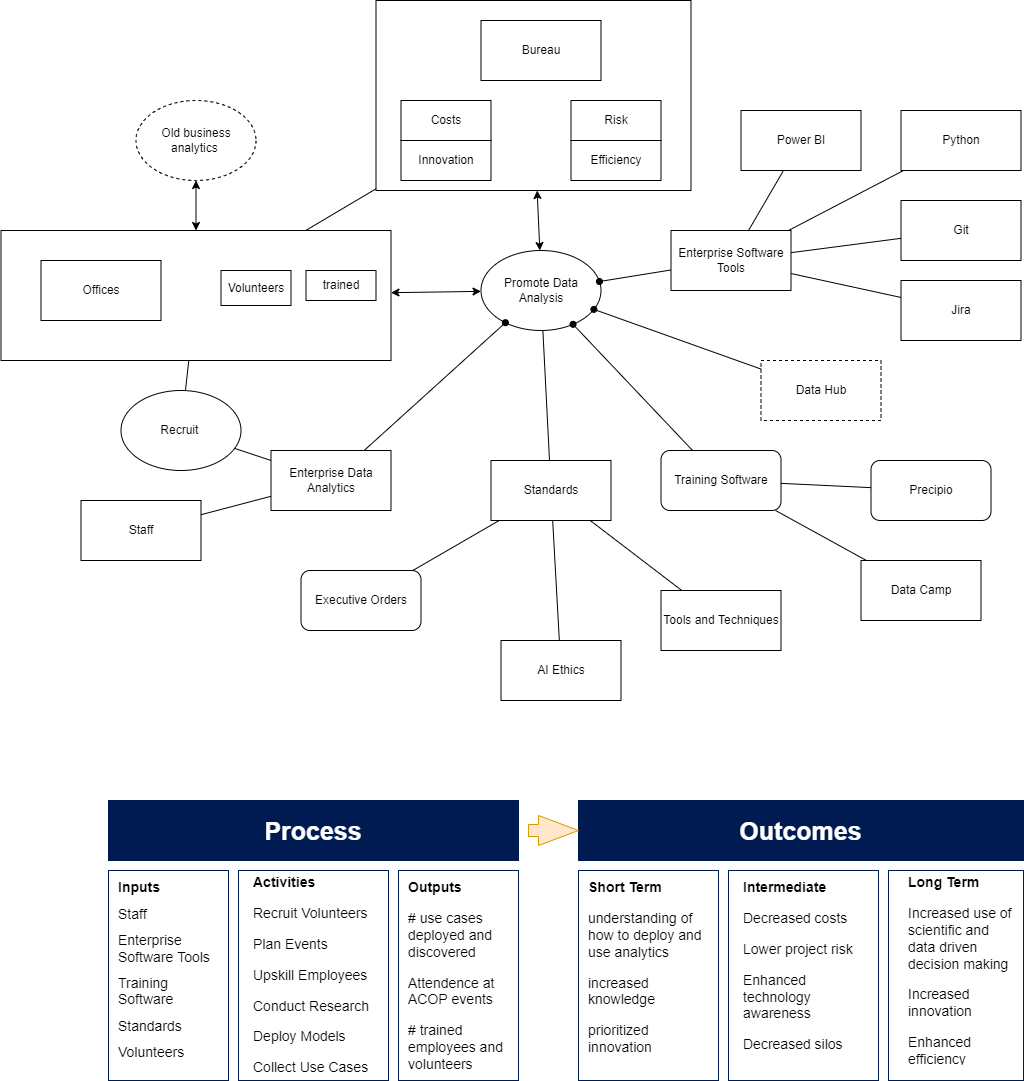
Earlier version of the draw.io export visuals/logic_models.png (skeller01/data_projects_course). Source tidied: cells renumbered, new cells last; positions are measured from the earlier drawing's top-left corner, leaving out a move shared by most shapes.
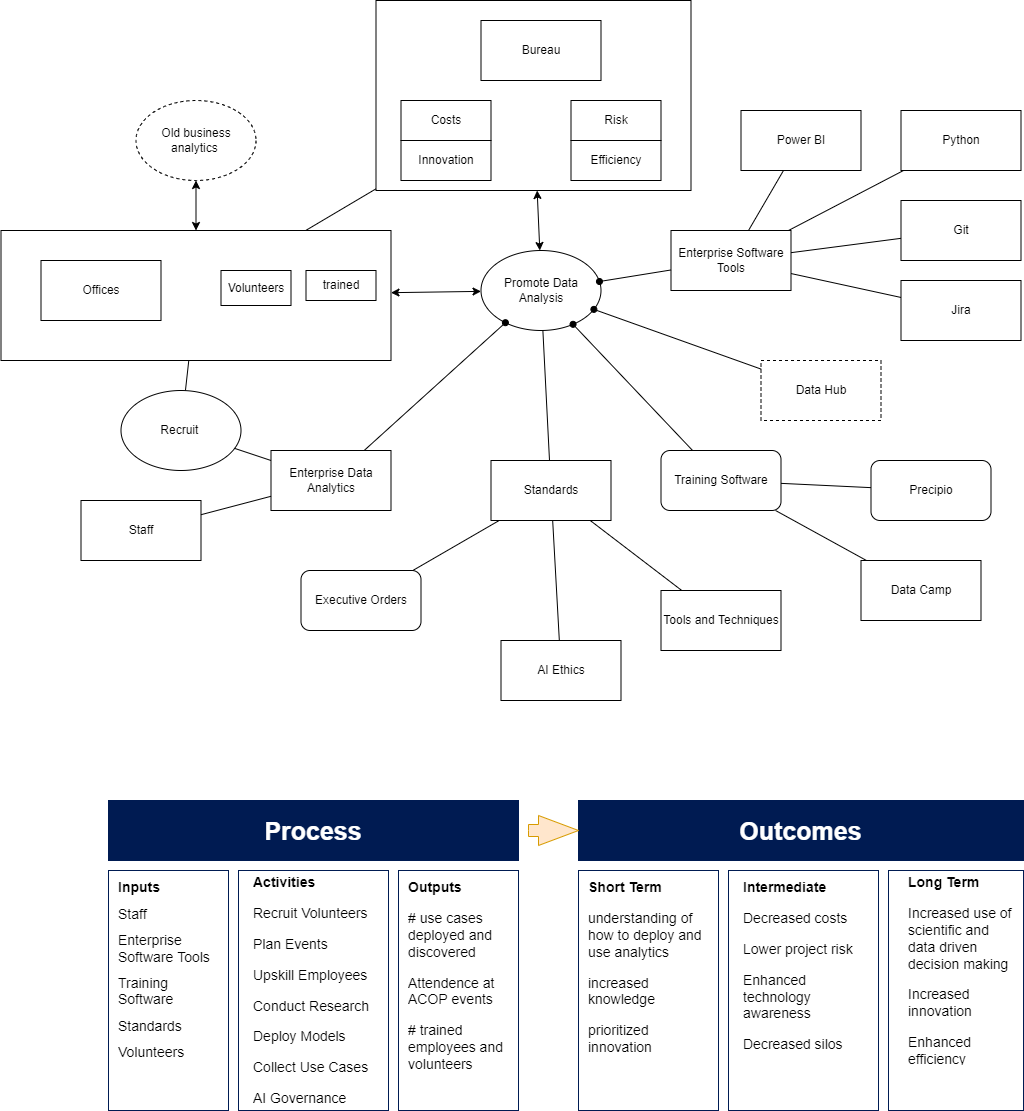
The same file after the commit.

Commit message:
update the logic model

The edit, as a diff of the source:
```diff
@@ -156,37 +156,37 @@
       <mxGeometry x="578" y="800" width="445" height="60" as="geometry" />
     </mxCell>
     <mxCell id="53" style="rounded=0;whiteSpace=wrap;html=1;strokeColor=#001B52;fontSize=25;fontColor=#FFFFFF;fillColor=#FFFFFF;" parent="1" vertex="1">
-      <mxGeometry x="108" y="870" width="120" height="210" as="geometry" />
+      <mxGeometry x="108" y="870" width="120" height="240" as="geometry" />
     </mxCell>
     <mxCell id="54" value="&lt;h1 style=&quot;font-size: 14px;&quot;&gt;&lt;span style=&quot;color: rgb(0, 0, 0); background-color: initial;&quot;&gt;Inputs&lt;/span&gt;&lt;/h1&gt;&lt;h1 style=&quot;font-size: 14px;&quot;&gt;&lt;span style=&quot;color: rgb(0, 0, 0); background-color: initial; font-weight: normal;&quot;&gt;Staff&amp;nbsp;&lt;/span&gt;&lt;/h1&gt;&lt;h1 style=&quot;font-size: 14px;&quot;&gt;&lt;span style=&quot;color: rgb(0, 0, 0); background-color: initial; font-weight: normal;&quot;&gt;Enterprise Software Tools&amp;nbsp;&lt;/span&gt;&lt;/h1&gt;&lt;h1 style=&quot;font-size: 14px;&quot;&gt;&lt;span style=&quot;color: rgb(0, 0, 0); background-color: initial; font-weight: normal;&quot;&gt;Training Software&amp;nbsp;&lt;/span&gt;&lt;/h1&gt;&lt;h1 style=&quot;font-size: 14px;&quot;&gt;&lt;span style=&quot;color: rgb(0, 0, 0); background-color: initial; font-weight: normal;&quot;&gt;Standards&amp;nbsp;&lt;/span&gt;&lt;/h1&gt;&lt;h1 style=&quot;font-size: 14px;&quot;&gt;&lt;span style=&quot;color: rgb(0, 0, 0); background-color: initial; font-weight: normal;&quot;&gt;Volunteers&lt;/span&gt;&lt;/h1&gt;" style="text;html=1;strokeColor=none;fillColor=none;spacing=5;spacingTop=-20;whiteSpace=wrap;overflow=hidden;rounded=0;fontSize=25;fontColor=#FFFFFF;" parent="1" vertex="1">
       <mxGeometry x="113" y="880" width="105" height="190" as="geometry" />
     </mxCell>
     <mxCell id="55" style="rounded=0;whiteSpace=wrap;html=1;strokeColor=#001B52;fontSize=25;fontColor=#FFFFFF;fillColor=#FFFFFF;" parent="1" vertex="1">
-      <mxGeometry x="238" y="870" width="150" height="210" as="geometry" />
+      <mxGeometry x="238" y="870" width="150" height="240" as="geometry" />
     </mxCell>
-    <mxCell id="56" value="&lt;h1 style=&quot;font-size: 14px;&quot;&gt;&lt;font style=&quot;font-size: 14px;&quot; color=&quot;#000000&quot;&gt;Activities&lt;/font&gt;&lt;/h1&gt;&lt;p style=&quot;font-size: 14px;&quot;&gt;&lt;font style=&quot;font-size: 14px;&quot; color=&quot;#000000&quot;&gt;Recruit Volunteers&amp;nbsp;&lt;/font&gt;&lt;/p&gt;&lt;p style=&quot;font-size: 14px;&quot;&gt;&lt;font style=&quot;font-size: 14px;&quot; color=&quot;#000000&quot;&gt;Plan Events&amp;nbsp;&lt;/font&gt;&lt;/p&gt;&lt;p style=&quot;font-size: 14px;&quot;&gt;&lt;font style=&quot;font-size: 14px;&quot; color=&quot;#000000&quot;&gt;Upskill Employees&amp;nbsp;&lt;/font&gt;&lt;/p&gt;&lt;p style=&quot;font-size: 14px;&quot;&gt;&lt;font style=&quot;font-size: 14px;&quot; color=&quot;#000000&quot;&gt;Conduct Research&amp;nbsp;&lt;/font&gt;&lt;/p&gt;&lt;p style=&quot;font-size: 14px;&quot;&gt;&lt;font style=&quot;font-size: 14px;&quot; color=&quot;#000000&quot;&gt;Deploy Models&amp;nbsp;&lt;/font&gt;&lt;/p&gt;&lt;p style=&quot;font-size: 14px;&quot;&gt;&lt;font color=&quot;#000000&quot;&gt;Collect Use Cases&lt;/font&gt;&lt;/p&gt;" style="text;html=1;strokeColor=none;fillColor=none;spacing=5;spacingTop=-20;whiteSpace=wrap;overflow=hidden;rounded=0;fontSize=25;fontColor=#FFFFFF;" parent="1" vertex="1">
-      <mxGeometry x="248" y="875" width="130" height="200" as="geometry" />
+    <mxCell id="56" value="&lt;h1 style=&quot;font-size: 14px;&quot;&gt;&lt;font style=&quot;font-size: 14px;&quot; color=&quot;#000000&quot;&gt;Activities&lt;/font&gt;&lt;/h1&gt;&lt;p style=&quot;font-size: 14px;&quot;&gt;&lt;font style=&quot;font-size: 14px;&quot; color=&quot;#000000&quot;&gt;Recruit Volunteers&amp;nbsp;&lt;/font&gt;&lt;/p&gt;&lt;p style=&quot;font-size: 14px;&quot;&gt;&lt;font style=&quot;font-size: 14px;&quot; color=&quot;#000000&quot;&gt;Plan Events&amp;nbsp;&lt;/font&gt;&lt;/p&gt;&lt;p style=&quot;font-size: 14px;&quot;&gt;&lt;font style=&quot;font-size: 14px;&quot; color=&quot;#000000&quot;&gt;Upskill Employees&amp;nbsp;&lt;/font&gt;&lt;/p&gt;&lt;p style=&quot;font-size: 14px;&quot;&gt;&lt;font style=&quot;font-size: 14px;&quot; color=&quot;#000000&quot;&gt;Conduct Research&amp;nbsp;&lt;/font&gt;&lt;/p&gt;&lt;p style=&quot;font-size: 14px;&quot;&gt;&lt;font style=&quot;font-size: 14px;&quot; color=&quot;#000000&quot;&gt;Deploy Models&amp;nbsp;&lt;/font&gt;&lt;/p&gt;&lt;p style=&quot;font-size: 14px;&quot;&gt;&lt;font color=&quot;#000000&quot;&gt;Collect Use Cases&lt;/font&gt;&lt;/p&gt;&lt;p style=&quot;font-size: 14px;&quot;&gt;&lt;font color=&quot;#000000&quot;&gt;AI Governance&amp;nbsp;&lt;/font&gt;&lt;/p&gt;" style="text;html=1;strokeColor=none;fillColor=none;spacing=5;spacingTop=-20;whiteSpace=wrap;overflow=hidden;rounded=0;fontSize=25;fontColor=#FFFFFF;" parent="1" vertex="1">
+      <mxGeometry x="248" y="875" width="130" height="235" as="geometry" />
     </mxCell>
     <mxCell id="57" style="rounded=0;whiteSpace=wrap;html=1;strokeColor=#001B52;fontSize=25;fontColor=#FFFFFF;fillColor=#FFFFFF;" parent="1" vertex="1">
-      <mxGeometry x="398" y="870" width="120" height="210" as="geometry" />
+      <mxGeometry x="398" y="870" width="120" height="240" as="geometry" />
     </mxCell>
     <mxCell id="58" value="&lt;h1 style=&quot;font-size: 14px;&quot;&gt;&lt;font style=&quot;font-size: 14px;&quot; color=&quot;#000000&quot;&gt;Outputs&lt;/font&gt;&lt;/h1&gt;&lt;p style=&quot;font-size: 14px;&quot;&gt;&lt;font style=&quot;font-size: 14px;&quot; color=&quot;#000000&quot;&gt;# use cases deployed and discovered&lt;/font&gt;&lt;/p&gt;&lt;p style=&quot;font-size: 14px;&quot;&gt;&lt;font style=&quot;font-size: 14px;&quot; color=&quot;#000000&quot;&gt;Attendence at ACOP events&amp;nbsp;&lt;/font&gt;&lt;/p&gt;&lt;p style=&quot;font-size: 14px;&quot;&gt;&lt;font style=&quot;font-size: 14px;&quot; color=&quot;#000000&quot;&gt;# trained&amp;nbsp; employees and volunteers&lt;/font&gt;&lt;/p&gt;" style="text;html=1;strokeColor=none;fillColor=none;spacing=5;spacingTop=-20;whiteSpace=wrap;overflow=hidden;rounded=0;fontSize=25;fontColor=#FFFFFF;" parent="1" vertex="1">
       <mxGeometry x="403" y="880" width="105" height="190" as="geometry" />
     </mxCell>
     <mxCell id="59" style="rounded=0;whiteSpace=wrap;html=1;strokeColor=#001B52;fontSize=25;fontColor=#FFFFFF;fillColor=#FFFFFF;" parent="1" vertex="1">
-      <mxGeometry x="578" y="870" width="140" height="210" as="geometry" />
+      <mxGeometry x="578" y="870" width="140" height="240" as="geometry" />
     </mxCell>
     <mxCell id="60" value="&lt;h1 style=&quot;font-size: 14px;&quot;&gt;&lt;font style=&quot;font-size: 14px;&quot; color=&quot;#000000&quot;&gt;Short Term&lt;/font&gt;&lt;/h1&gt;&lt;p style=&quot;font-size: 14px;&quot;&gt;&lt;font style=&quot;font-size: 14px;&quot; color=&quot;#000000&quot;&gt;understanding of how to deploy and use analytics&amp;nbsp;&lt;/font&gt;&lt;/p&gt;&lt;p style=&quot;font-size: 14px;&quot;&gt;&lt;font style=&quot;font-size: 14px;&quot; color=&quot;#000000&quot;&gt;increased knowledge&amp;nbsp;&lt;/font&gt;&lt;/p&gt;&lt;p style=&quot;font-size: 14px;&quot;&gt;&lt;font style=&quot;font-size: 14px;&quot; color=&quot;#000000&quot;&gt;prioritized innovation&lt;/font&gt;&lt;/p&gt;" style="text;html=1;strokeColor=none;fillColor=none;spacing=5;spacingTop=-20;whiteSpace=wrap;overflow=hidden;rounded=0;fontSize=25;fontColor=#FFFFFF;" parent="1" vertex="1">
       <mxGeometry x="583" y="880" width="122.5" height="190" as="geometry" />
     </mxCell>
     <mxCell id="61" style="rounded=0;whiteSpace=wrap;html=1;strokeColor=#001B52;fontSize=25;fontColor=#FFFFFF;fillColor=#FFFFFF;" parent="1" vertex="1">
-      <mxGeometry x="728" y="870" width="150" height="210" as="geometry" />
+      <mxGeometry x="728" y="870" width="150" height="240" as="geometry" />
     </mxCell>
     <mxCell id="62" value="&lt;h1 style=&quot;font-size: 14px;&quot;&gt;&lt;font style=&quot;font-size: 14px;&quot; color=&quot;#000000&quot;&gt;Intermediate&lt;/font&gt;&lt;/h1&gt;&lt;p style=&quot;font-size: 14px;&quot;&gt;&lt;font color=&quot;#000000&quot;&gt;Decreased costs&lt;/font&gt;&lt;/p&gt;&lt;p style=&quot;font-size: 14px;&quot;&gt;&lt;font color=&quot;#000000&quot;&gt;Lower project risk&lt;/font&gt;&lt;/p&gt;&lt;p style=&quot;font-size: 14px;&quot;&gt;&lt;font color=&quot;#000000&quot;&gt;Enhanced technology awareness&lt;/font&gt;&lt;/p&gt;&lt;p style=&quot;font-size: 14px;&quot;&gt;&lt;font color=&quot;#000000&quot;&gt;Decreased silos&amp;nbsp;&lt;/font&gt;&lt;/p&gt;" style="text;html=1;strokeColor=none;fillColor=none;spacing=5;spacingTop=-20;whiteSpace=wrap;overflow=hidden;rounded=0;fontSize=25;fontColor=#FFFFFF;" parent="1" vertex="1">
       <mxGeometry x="738" y="880" width="130" height="190" as="geometry" />
     </mxCell>
     <mxCell id="63" style="rounded=0;whiteSpace=wrap;html=1;strokeColor=#001B52;fontSize=25;fontColor=#FFFFFF;fillColor=#FFFFFF;" parent="1" vertex="1">
-      <mxGeometry x="888" y="870" width="135" height="210" as="geometry" />
+      <mxGeometry x="888" y="870" width="135" height="240" as="geometry" />
     </mxCell>
     <mxCell id="64" value="&lt;h1 style=&quot;font-size: 14px;&quot;&gt;&lt;font style=&quot;font-size: 14px;&quot; color=&quot;#000000&quot;&gt;Long Term&lt;/font&gt;&lt;/h1&gt;&lt;p style=&quot;font-size: 14px;&quot;&gt;&lt;font style=&quot;font-size: 14px;&quot; color=&quot;#000000&quot;&gt;Increased use of scientific and data driven decision making&lt;/font&gt;&lt;/p&gt;&lt;p style=&quot;font-size: 14px;&quot;&gt;&lt;font style=&quot;font-size: 14px;&quot; color=&quot;#000000&quot;&gt;Increased innovation&lt;/font&gt;&lt;/p&gt;&lt;p style=&quot;font-size: 14px;&quot;&gt;&lt;font color=&quot;#000000&quot;&gt;Enhanced efficiency&lt;/font&gt;&lt;/p&gt;" style="text;html=1;strokeColor=none;fillColor=none;spacing=5;spacingTop=-20;whiteSpace=wrap;overflow=hidden;rounded=0;fontSize=25;fontColor=#FFFFFF;" parent="1" vertex="1">
       <mxGeometry x="903" y="875" width="112.5" height="190" as="geometry" />
```
